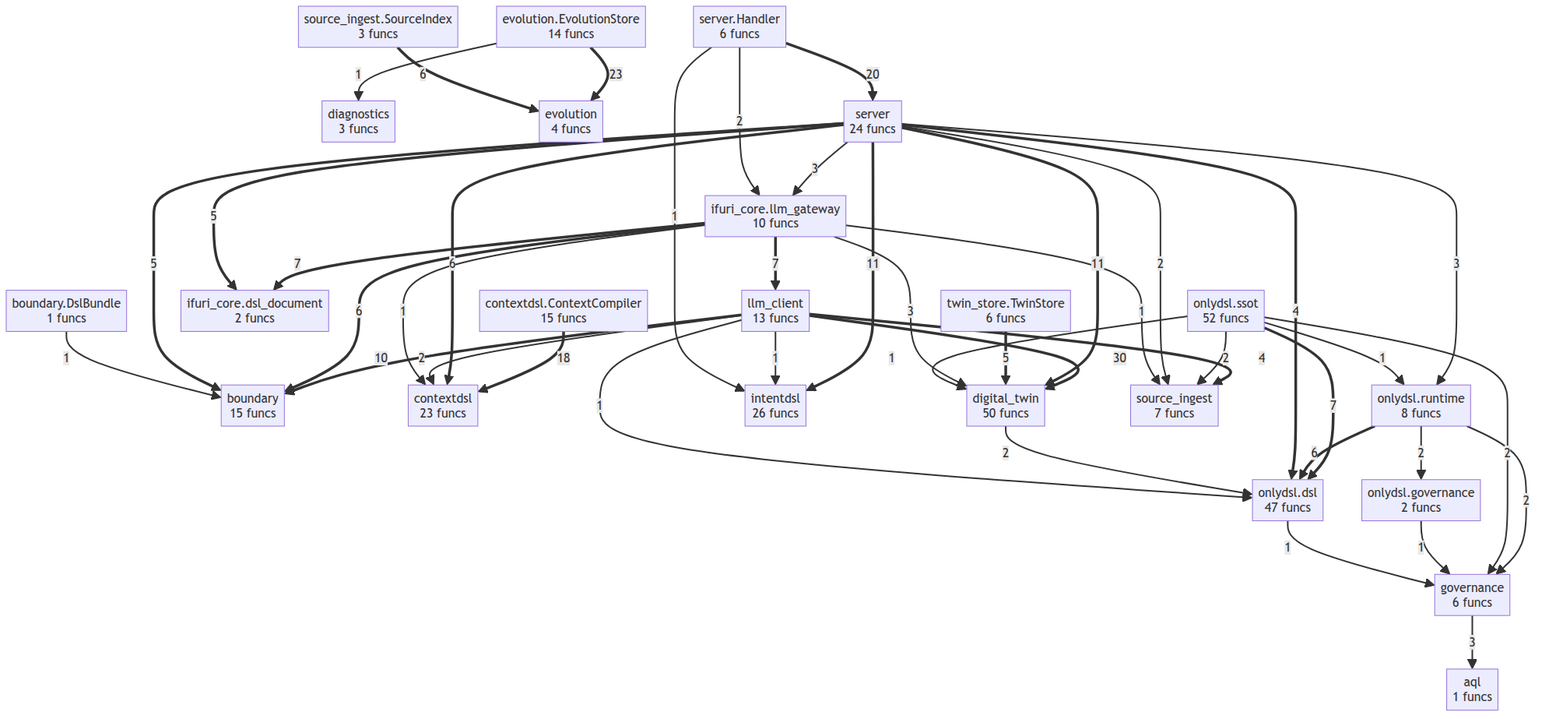
Above: project/compact_flow.png in tom-sapletta-com/onlyDSL (Mermaid), before the change. Its source is kept beside it as project/compact_flow.mmd. Its diagram source:
```mermaid
flowchart TD
    aql["aql<br/>1 funcs"]
    boundary["boundary<br/>15 funcs"]
    boundary__DslBundle["boundary.DslBundle<br/>1 funcs"]
    contextdsl["contextdsl<br/>23 funcs"]
    contextdsl__ContextCompiler["contextdsl.ContextCompiler<br/>15 funcs"]
    diagnostics["diagnostics<br/>3 funcs"]
    digital_twin["digital_twin<br/>50 funcs"]
    evolution["evolution<br/>4 funcs"]
    evolution__EvolutionStore["evolution.EvolutionStore<br/>14 funcs"]
    governance["governance<br/>6 funcs"]
    ifuri_core__dsl_document["ifuri_core.dsl_document<br/>2 funcs"]
    ifuri_core__llm_gateway["ifuri_core.llm_gateway<br/>10 funcs"]
    intentdsl["intentdsl<br/>26 funcs"]
    llm_client["llm_client<br/>13 funcs"]
    onlydsl__dsl["onlydsl.dsl<br/>47 funcs"]
    onlydsl__governance["onlydsl.governance<br/>2 funcs"]
    onlydsl__runtime["onlydsl.runtime<br/>8 funcs"]
    onlydsl__ssot["onlydsl.ssot<br/>52 funcs"]
    server["server<br/>24 funcs"]
    server__Handler["server.Handler<br/>6 funcs"]
    source_ingest["source_ingest<br/>7 funcs"]
    source_ingest__SourceIndex["source_ingest.SourceIndex<br/>3 funcs"]
    twin_store__TwinStore["twin_store.TwinStore<br/>6 funcs"]
    llm_client ==>|30| digital_twin
    evolution__EvolutionStore ==>|23| evolution
    server__Handler ==>|20| server
    contextdsl__ContextCompiler ==>|18| contextdsl
    server ==>|11| intentdsl
    server ==>|11| digital_twin
    llm_client ==>|10| boundary
    ifuri_core__llm_gateway ==>|7| ifuri_core__dsl_document
    ifuri_core__llm_gateway ==>|7| llm_client
    onlydsl__ssot ==>|7| onlydsl__dsl
    source_ingest__SourceIndex ==>|6| evolution
    ifuri_core__llm_gateway ==>|6| boundary
    onlydsl__runtime ==>|6| onlydsl__dsl
    server ==>|6| contextdsl
    twin_store__TwinStore ==>|5| digital_twin
    server ==>|5| ifuri_core__dsl_document
    server ==>|5| boundary
    llm_client ==>|4| source_ingest
    server ==>|4| onlydsl__dsl
    governance -->|3| aql
    ifuri_core__llm_gateway -->|3| digital_twin
    server -->|3| onlydsl__runtime
    server -->|3| ifuri_core__llm_gateway
    llm_client -->|2| contextdsl
    onlydsl__runtime -->|2| onlydsl__governance
    onlydsl__runtime -->|2| governance
    onlydsl__ssot -->|2| source_ingest
    onlydsl__ssot -->|2| governance
    server -->|2| source_ingest
    server__Handler -->|2| ifuri_core__llm_gateway
    digital_twin -->|2| onlydsl__dsl
    evolution__EvolutionStore -->|1| diagnostics
    llm_client -->|1| intentdsl
    llm_client -->|1| onlydsl__dsl
    boundary__DslBundle -->|1| boundary
    ifuri_core__llm_gateway -->|1| contextdsl
    ifuri_core__llm_gateway -->|1| source_ingest
    onlydsl__governance -->|1| governance
    onlydsl__dsl -->|1| governance
    onlydsl__ssot -->|1| onlydsl__runtime
    onlydsl__ssot -->|1| digital_twin
    server__Handler -->|1| intentdsl
```
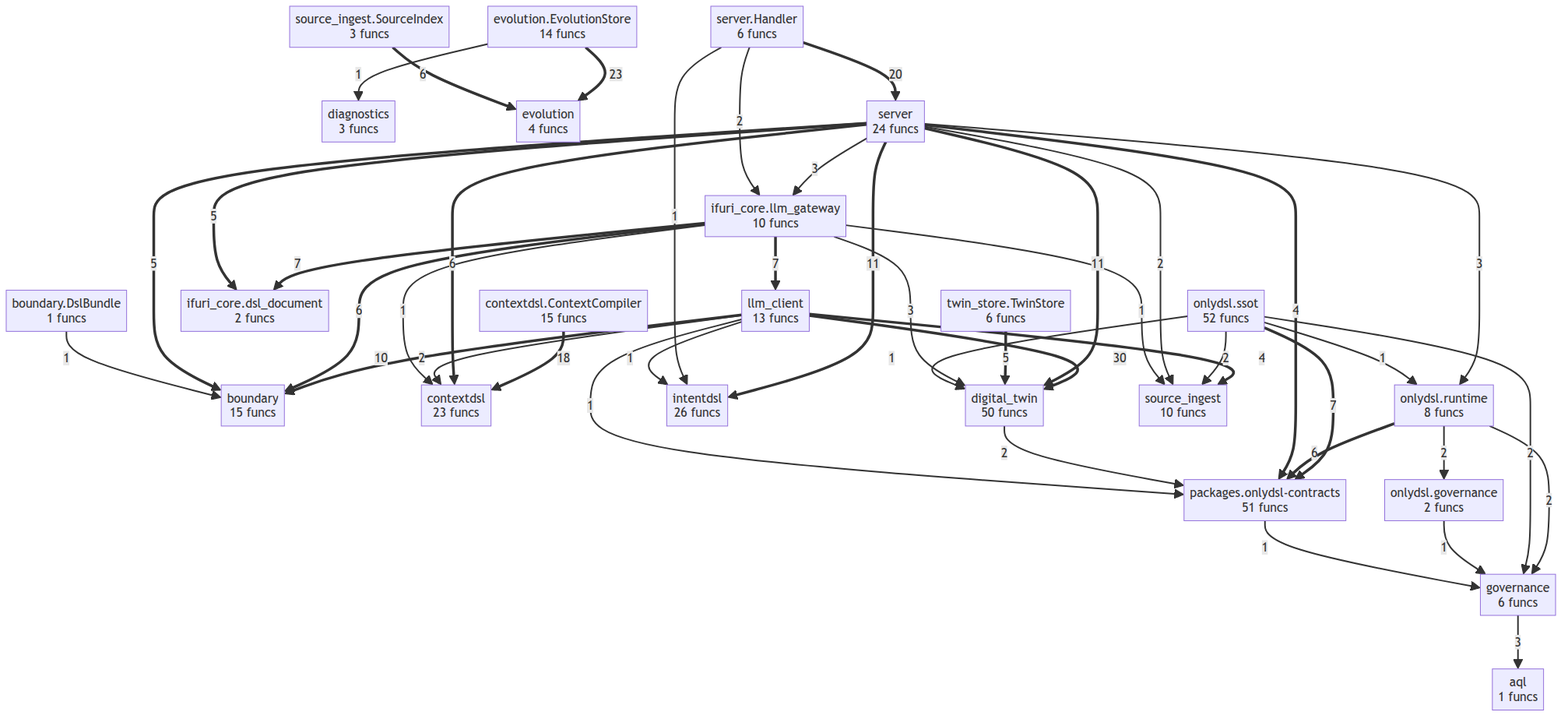
After the commit.

Diff of the diagram source:
```diff
@@ -13,13 +13,13 @@
     ifuri_core__llm_gateway["ifuri_core.llm_gateway<br/>10 funcs"]
     intentdsl["intentdsl<br/>26 funcs"]
     llm_client["llm_client<br/>13 funcs"]
-    onlydsl__dsl["onlydsl.dsl<br/>47 funcs"]
     onlydsl__governance["onlydsl.governance<br/>2 funcs"]
     onlydsl__runtime["onlydsl.runtime<br/>8 funcs"]
     onlydsl__ssot["onlydsl.ssot<br/>52 funcs"]
+    packages__onlydsl_contracts["packages.onlydsl-contracts<br/>51 funcs"]
     server["server<br/>24 funcs"]
     server__Handler["server.Handler<br/>6 funcs"]
-    source_ingest["source_ingest<br/>7 funcs"]
+    source_ingest["source_ingest<br/>10 funcs"]
     source_ingest__SourceIndex["source_ingest.SourceIndex<br/>3 funcs"]
     twin_store__TwinStore["twin_store.TwinStore<br/>6 funcs"]
     llm_client ==>|30| digital_twin
@@ -31,36 +31,36 @@
     llm_client ==>|10| boundary
     ifuri_core__llm_gateway ==>|7| ifuri_core__dsl_document
     ifuri_core__llm_gateway ==>|7| llm_client
-    onlydsl__ssot ==>|7| onlydsl__dsl
+    onlydsl__ssot ==>|7| packages__onlydsl_contracts
+    ifuri_core__llm_gateway ==>|6| boundary
+    onlydsl__runtime ==>|6| packages__onlydsl_contracts
     source_ingest__SourceIndex ==>|6| evolution
-    ifuri_core__llm_gateway ==>|6| boundary
-    onlydsl__runtime ==>|6| onlydsl__dsl
     server ==>|6| contextdsl
     twin_store__TwinStore ==>|5| digital_twin
     server ==>|5| ifuri_core__dsl_document
     server ==>|5| boundary
+    server ==>|4| packages__onlydsl_contracts
     llm_client ==>|4| source_ingest
-    server ==>|4| onlydsl__dsl
     governance -->|3| aql
     ifuri_core__llm_gateway -->|3| digital_twin
     server -->|3| onlydsl__runtime
     server -->|3| ifuri_core__llm_gateway
+    onlydsl__runtime -->|2| governance
+    onlydsl__ssot -->|2| source_ingest
+    server -->|2| source_ingest
+    server__Handler -->|2| ifuri_core__llm_gateway
+    onlydsl__ssot -->|2| governance
     llm_client -->|2| contextdsl
     onlydsl__runtime -->|2| onlydsl__governance
-    onlydsl__runtime -->|2| governance
-    onlydsl__ssot -->|2| source_ingest
-    onlydsl__ssot -->|2| governance
-    server -->|2| source_ingest
-    server__Handler -->|2| ifuri_core__llm_gateway
-    digital_twin -->|2| onlydsl__dsl
+    digital_twin -->|2| packages__onlydsl_contracts
     evolution__EvolutionStore -->|1| diagnostics
-    llm_client -->|1| intentdsl
-    llm_client -->|1| onlydsl__dsl
     boundary__DslBundle -->|1| boundary
     ifuri_core__llm_gateway -->|1| contextdsl
     ifuri_core__llm_gateway -->|1| source_ingest
-    onlydsl__governance -->|1| governance
-    onlydsl__dsl -->|1| governance
     onlydsl__ssot -->|1| onlydsl__runtime
     onlydsl__ssot -->|1| digital_twin
     server__Handler -->|1| intentdsl
+    llm_client -->|1| intentdsl
+    llm_client -->|1| packages__onlydsl_contracts
+    onlydsl__governance -->|1| governance
+    packages__onlydsl_contracts -->|1| governance
```
